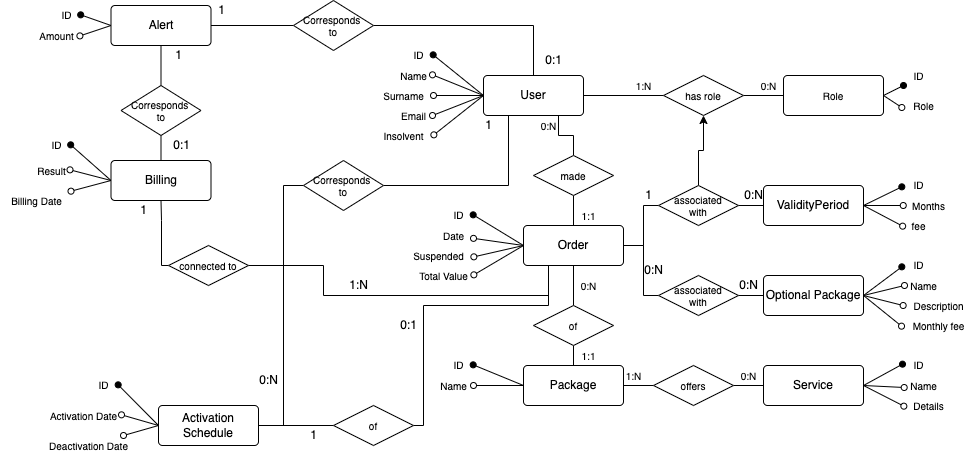
The draw.io diagram docs/diagrams/ER.png in RaffaelloFornasiere/DB2Project, before a commit. Source tidied: cells renumbered, new cells last; positions are measured from the earlier drawing's top-left corner, leaving out a move shared by most shapes.
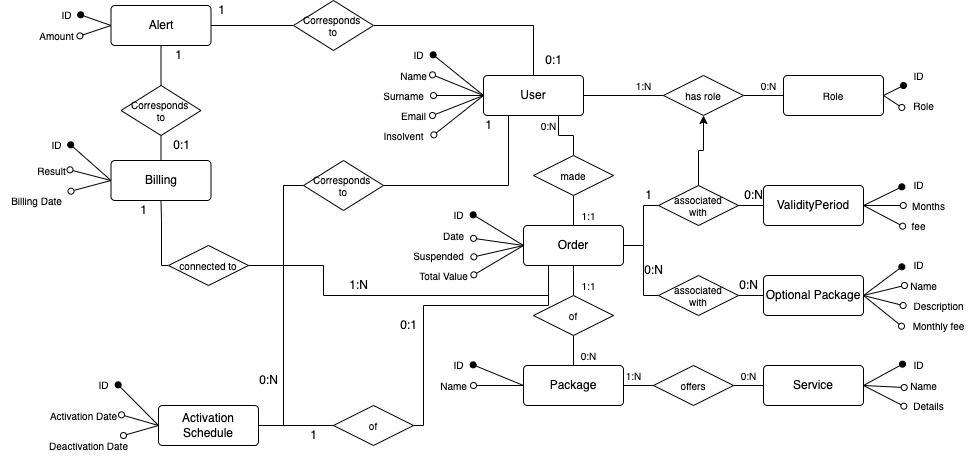
The same file after the commit.

Diff of the diagram source:
```diff
@@ -130,7 +130,7 @@
     <mxCell id="42" value="Name" style="text;html=1;align=center;verticalAlign=middle;points=[];strokeColor=none;fillColor=none;fontSize=10;" parent="1" vertex="1">
       <mxGeometry x="432" y="375" width="40" height="20" as="geometry" />
     </mxCell>
-    <mxCell id="43" value="1:1" style="text;html=1;align=center;verticalAlign=middle;strokeColor=none;fillColor=none;fontSize=10;" parent="1" vertex="1">
+    <mxCell id="43" value="0:N" style="text;html=1;align=center;verticalAlign=middle;strokeColor=none;fillColor=none;fontSize=10;" parent="1" vertex="1">
       <mxGeometry x="572" y="345" width="30" height="20" as="geometry" />
     </mxCell>
     <mxCell id="44" style="edgeStyle=none;rounded=0;jettySize=auto;html=1;exitX=0.5;exitY=1;exitDx=0;exitDy=0;entryX=0.5;entryY=0;entryDx=0;entryDy=0;fontSize=10;endArrow=none;endFill=0;" parent="1" edge="1" source="46" target="40">
@@ -140,9 +140,9 @@
       <mxGeometry relative="1" as="geometry" />
     </mxCell>
     <mxCell id="46" value="of" style="shape=rhombus;perimeter=rhombusPerimeter;whiteSpace=wrap;html=1;align=center;fontSize=10;" parent="1" vertex="1">
-      <mxGeometry x="532" y="305" width="80" height="40" as="geometry" />
+      <mxGeometry x="532" y="295" width="80" height="40" as="geometry" />
     </mxCell>
-    <mxCell id="47" value="0:N" style="text;html=1;align=center;verticalAlign=middle;strokeColor=none;fillColor=none;fontSize=10;" parent="1" vertex="1">
+    <mxCell id="47" value="1:1" style="text;html=1;align=center;verticalAlign=middle;strokeColor=none;fillColor=none;fontSize=10;" parent="1" vertex="1">
       <mxGeometry x="572" y="275" width="30" height="20" as="geometry" />
     </mxCell>
     <mxCell id="48" style="edgeStyle=none;rounded=0;jettySize=auto;html=1;exitX=1;exitY=0.5;exitDx=0;exitDy=0;entryX=-0.033;entryY=0.433;entryDx=0;entryDy=0;entryPerimeter=0;fontSize=10;endArrow=oval;endFill=1;" parent="1" edge="1" source="51" target="52">
```
